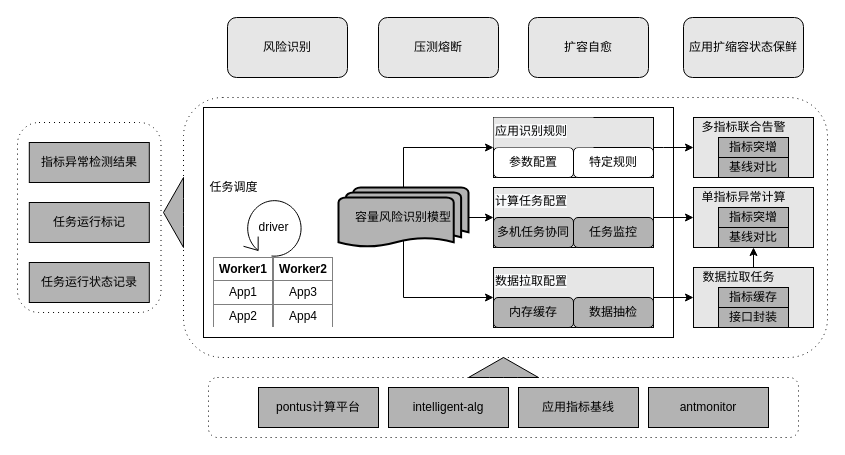
Above: 蚂蚁金服/容量/容量计算框架.drawio in frankneu/draw.io (draw.io), before the change. Source tidied: cells renumbered, new cells numbered last; positions are measured from the earlier drawing's top-left corner, leaving out a move shared by most shapes. Both pictures are drawn from the tidied source at 100%, with x=0, y=0 at pixel (17, 17).
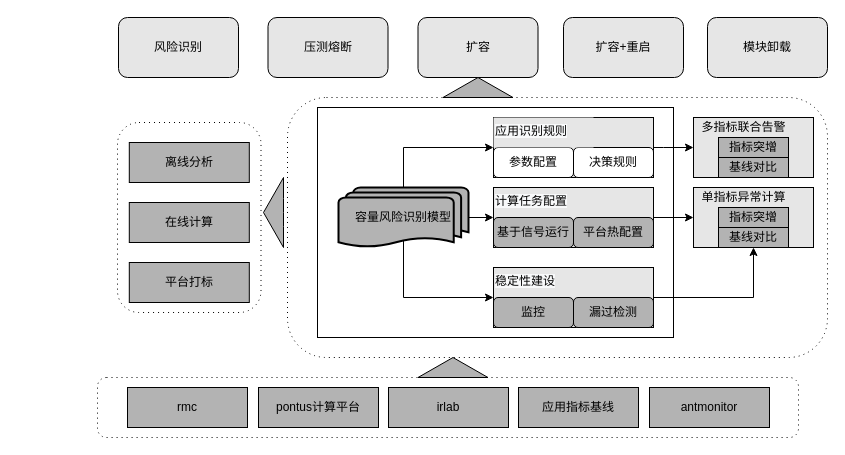
The same page after the edit.

Commit message:
Update 容量计算框架.drawio

Unchanged cells that the change refers to:
```xml
<mxCell id="10" style="rounded=0;whiteSpace=wrap;html=1;fillColor=#E6E6E6;" parent="1" vertex="1">
  <mxGeometry x="676" y="170" width="120" height="60" as="geometry" />
</mxCell>
<mxCell id="13" style="rounded=0;whiteSpace=wrap;html=1;fillColor=#E6E6E6;" parent="1" vertex="1">
  <mxGeometry x="476" y="250" width="160" height="60" as="geometry" />
</mxCell>
<mxCell id="30" value="基线对比" style="rounded=0;whiteSpace=wrap;html=1;fillColor=#B3B3B3;" parent="1" vertex="1">
  <mxGeometry x="701" y="210" width="70" height="20" as="geometry" />
</mxCell>
```

Change to the diagram source:
```diff
@@
     <mxCell id="2" style="shape=ext;rounded=1;html=1;whiteSpace=wrap;dashed=1;dashPattern=1 4;" parent="1" vertex="1">
-      <mxGeometry y="105" width="143.5" height="190" as="geometry" />
+      <mxGeometry x="100" y="105" width="143.5" height="190" as="geometry" />
     </mxCell>
     <mxCell id="3" style="shape=ext;rounded=1;html=1;whiteSpace=wrap;dashed=1;dashPattern=1 4;" parent="1" vertex="1">
-      <mxGeometry x="166" y="80" width="644" height="260" as="geometry" />
+      <mxGeometry x="270" y="80" width="540" height="260" as="geometry" />
     </mxCell>
     <mxCell id="4" style="shape=ext;rounded=1;html=1;whiteSpace=wrap;dashed=1;dashPattern=1 4;" parent="1" vertex="1">
-      <mxGeometry x="191" y="360" width="590" height="60" as="geometry" />
+      <mxGeometry x="80" y="360" width="701" height="60" as="geometry" />
     </mxCell>
     <mxCell id="5" style="rounded=0;whiteSpace=wrap;html=1;" parent="1" vertex="1">
-      <mxGeometry x="186" y="90" width="470" height="230" as="geometry" />
+      <mxGeometry x="300" y="90" width="356" height="230" as="geometry" />
     </mxCell>
@@
-    <mxCell id="7" style="edgeStyle=orthogonalEdgeStyle;rounded=0;jettySize=auto;html=1;exitX=1;exitY=0.5;exitDx=0;exitDy=0;fillColor=#E6E6E6;" parent="1" edge="1" source="13" target="9">
-      <mxGeometry relative="1" as="geometry" />
-    </mxCell>
-    <mxCell id="8" style="edgeStyle=orthogonalEdgeStyle;rounded=0;jettySize=auto;html=1;exitX=0.5;exitY=0;exitDx=0;exitDy=0;entryX=0.5;entryY=1;entryDx=0;entryDy=0;fillColor=#E6E6E6;" parent="1" edge="1" source="9" target="10">
-      <mxGeometry relative="1" as="geometry" />
-    </mxCell>
-    <mxCell id="9" style="rounded=0;whiteSpace=wrap;html=1;fillColor=#E6E6E6;" parent="1" vertex="1">
-      <mxGeometry x="676" y="250" width="120" height="60" as="geometry" />
-    </mxCell>
@@
-    <mxCell id="11" value="任务运行标记" style="rounded=0;whiteSpace=wrap;html=1;fillColor=#B3B3B3;" parent="1" vertex="1">
-      <mxGeometry x="11.8" y="185" width="120" height="40" as="geometry" />
+    <mxCell id="11" value="在线计算" style="rounded=0;whiteSpace=wrap;html=1;fillColor=#B3B3B3;" parent="1" vertex="1">
+      <mxGeometry x="111.8" y="185" width="120" height="40" as="geometry" />
     </mxCell>
@@
     <mxCell id="15" value="antmonitor" style="rounded=0;whiteSpace=wrap;html=1;fillColor=#B3B3B3;" parent="1" vertex="1">
-      <mxGeometry x="631" y="370" width="120" height="40" as="geometry" />
+      <mxGeometry x="632" y="370" width="120" height="40" as="geometry" />
     </mxCell>
-    <mxCell id="16" value="&lt;span&gt;任务调度&lt;/span&gt;" style="text;html=1;align=center;verticalAlign=middle;" parent="1" vertex="1">
-      <mxGeometry x="186" y="160" width="60" height="20" as="geometry" />
-    </mxCell>
-    <mxCell id="17" value="intelligent-alg" style="rounded=0;whiteSpace=wrap;html=1;fillColor=#B3B3B3;" parent="1" vertex="1">
+    <mxCell id="17" value="irlab" style="rounded=0;whiteSpace=wrap;html=1;fillColor=#B3B3B3;" parent="1" vertex="1">
       <mxGeometry x="371" y="370" width="120" height="40" as="geometry" />
     </mxCell>
-    <mxCell id="18" value="driver" style="shape=mxgraph.bpmn.loop;html=1;" parent="1" vertex="1">
-      <mxGeometry x="226" y="180" width="60" height="60" as="geometry" />
-    </mxCell>
     <mxCell id="19" style="html=1;shadow=0;dashed=0;align=center;verticalAlign=middle;shape=mxgraph.arrows2.arrow;dy=0.6;dx=40;direction=north;notch=0;fillColor=#B3B3B3;" parent="1" vertex="1">
-      <mxGeometry x="451" y="340" width="70" height="20" as="geometry" />
+      <mxGeometry x="400.5" y="340" width="70" height="20" as="geometry" />
     </mxCell>
     <mxCell id="20" style="html=1;shadow=0;dashed=0;align=center;verticalAlign=middle;shape=mxgraph.arrows2.arrow;dy=0.6;dx=40;direction=north;notch=0;fillColor=#B3B3B3;rotation=-90;" parent="1" vertex="1">
-      <mxGeometry x="121" y="185" width="70" height="20" as="geometry" />
+      <mxGeometry x="221" y="185" width="70" height="20" as="geometry" />
     </mxCell>
@@
-    <mxCell id="25" value="&lt;table border=&quot;1&quot; width=&quot;100%&quot; cellpadding=&quot;4&quot; style=&quot;width: 100% ; height: 100% ; border-collapse: collapse&quot;&gt;&lt;tbody&gt;&lt;tr&gt;&lt;th align=&quot;center&quot;&gt;Worker1&lt;/th&gt;&lt;/tr&gt;&lt;tr&gt;&lt;td align=&quot;center&quot;&gt;App1&lt;/td&gt;&lt;/tr&gt;&lt;tr&gt;&lt;td align=&quot;center&quot;&gt;&lt;span&gt;App2&lt;/span&gt;&lt;br&gt;&lt;/td&gt;&lt;/tr&gt;&lt;/tbody&gt;&lt;/table&gt;" style="text;html=1;strokeColor=none;fillColor=none;overflow=fill;" parent="1" vertex="1">
-      <mxGeometry x="196" y="240" width="60" height="70" as="geometry" />
-    </mxCell>
-    <mxCell id="26" value="&lt;table border=&quot;1&quot; width=&quot;100%&quot; cellpadding=&quot;4&quot; style=&quot;width: 100% ; height: 100% ; border-collapse: collapse&quot;&gt;&lt;tbody&gt;&lt;tr&gt;&lt;th align=&quot;center&quot;&gt;Worker2&lt;/th&gt;&lt;/tr&gt;&lt;tr&gt;&lt;td align=&quot;center&quot;&gt;App3&lt;/td&gt;&lt;/tr&gt;&lt;tr&gt;&lt;td align=&quot;center&quot;&gt;&lt;span&gt;App4&lt;/span&gt;&lt;br&gt;&lt;/td&gt;&lt;/tr&gt;&lt;/tbody&gt;&lt;/table&gt;" style="text;html=1;strokeColor=none;fillColor=none;overflow=fill;" parent="1" vertex="1">
-      <mxGeometry x="256" y="240" width="60" height="70" as="geometry" />
-    </mxCell>
@@
-    <mxCell id="28" value="&lt;span&gt;数据拉取任务&lt;/span&gt;" style="text;html=1;align=center;verticalAlign=middle;" parent="1" vertex="1">
-      <mxGeometry x="676" y="250" width="90" height="20" as="geometry" />
-    </mxCell>
@@
-    <mxCell id="31" value="指标缓存" style="rounded=0;whiteSpace=wrap;html=1;fillColor=#B3B3B3;" parent="1" vertex="1">
-      <mxGeometry x="701" y="270" width="70" height="20" as="geometry" />
-    </mxCell>
-    <mxCell id="32" value="接口封装" style="rounded=0;whiteSpace=wrap;html=1;fillColor=#B3B3B3;" parent="1" vertex="1">
-      <mxGeometry x="701" y="290" width="70" height="20" as="geometry" />
-    </mxCell>
-    <mxCell id="33" value="内存缓存" style="rounded=1;whiteSpace=wrap;html=1;fillColor=#B3B3B3;" parent="1" vertex="1">
+    <mxCell id="33" value="监控" style="rounded=1;whiteSpace=wrap;html=1;fillColor=#B3B3B3;" parent="1" vertex="1">
       <mxGeometry x="476" y="280" width="80" height="30" as="geometry" />
     </mxCell>
-    <mxCell id="34" value="多机任务协同" style="rounded=1;whiteSpace=wrap;html=1;fillColor=#B3B3B3;" parent="1" vertex="1">
+    <mxCell id="34" value="基于信号运行" style="rounded=1;whiteSpace=wrap;html=1;fillColor=#B3B3B3;" parent="1" vertex="1">
       <mxGeometry x="476" y="200" width="80" height="30" as="geometry" />
     </mxCell>
-    <mxCell id="35" value="任务监控" style="rounded=1;whiteSpace=wrap;html=1;fillColor=#B3B3B3;" parent="1" vertex="1">
+    <mxCell id="35" value="平台热配置" style="rounded=1;whiteSpace=wrap;html=1;fillColor=#B3B3B3;" parent="1" vertex="1">
       <mxGeometry x="556" y="200" width="80" height="30" as="geometry" />
     </mxCell>
+    <mxCell id="55" style="edgeStyle=orthogonalEdgeStyle;rounded=0;jettySize=auto;html=1;exitX=1;exitY=0;exitDx=0;exitDy=0;entryX=0.5;entryY=1;entryDx=0;entryDy=0;" parent="1" edge="1" source="36" target="30">
+      <mxGeometry relative="1" as="geometry">
+        <Array as="points">
+          <mxPoint x="736" y="280" />
+        </Array>
+      </mxGeometry>
+    </mxCell>
-    <mxCell id="36" value="数据抽检" style="rounded=1;whiteSpace=wrap;html=1;fillColor=#B3B3B3;" parent="1" vertex="1">
+    <mxCell id="36" value="漏过检测" style="rounded=1;whiteSpace=wrap;html=1;fillColor=#B3B3B3;" parent="1" vertex="1">
       <mxGeometry x="556" y="280" width="80" height="30" as="geometry" />
     </mxCell>
@@
-    <mxCell id="38" value="&lt;span style=&quot;color: rgb(0, 0, 0); font-family: helvetica; font-size: 12px; font-style: normal; font-weight: 400; letter-spacing: normal; text-align: center; text-indent: 0px; text-transform: none; word-spacing: 0px; background-color: rgb(248, 249, 250); display: inline; float: none;&quot;&gt;数据拉取配置&lt;/span&gt;" style="text;whiteSpace=wrap;html=1;" parent="1" vertex="1">
+    <mxCell id="38" value="&lt;span style=&quot;color: rgb(0 , 0 , 0) ; font-family: &amp;#34;helvetica&amp;#34; ; font-size: 12px ; font-style: normal ; font-weight: 400 ; letter-spacing: normal ; text-align: center ; text-indent: 0px ; text-transform: none ; word-spacing: 0px ; background-color: rgb(248 , 249 , 250) ; display: inline ; float: none&quot;&gt;稳定性建设&lt;/span&gt;" style="text;whiteSpace=wrap;html=1;" parent="1" vertex="1">
       <mxGeometry x="476" y="250" width="100" height="30" as="geometry" />
     </mxCell>
-    <mxCell id="39" value="任务运行状态记录" style="rounded=0;whiteSpace=wrap;html=1;fillColor=#B3B3B3;" parent="1" vertex="1">
-      <mxGeometry x="11.8" y="245" width="120" height="40" as="geometry" />
+    <mxCell id="39" value="平台打标" style="rounded=0;whiteSpace=wrap;html=1;fillColor=#B3B3B3;" parent="1" vertex="1">
+      <mxGeometry x="111.8" y="245" width="120" height="40" as="geometry" />
     </mxCell>
-    <mxCell id="40" value="指标异常检测结果" style="rounded=0;whiteSpace=wrap;html=1;fillColor=#B3B3B3;" parent="1" vertex="1">
-      <mxGeometry x="11.8" y="125" width="120" height="40" as="geometry" />
+    <mxCell id="40" value="离线分析" style="rounded=0;whiteSpace=wrap;html=1;fillColor=#B3B3B3;" parent="1" vertex="1">
+      <mxGeometry x="111.8" y="125" width="120" height="40" as="geometry" />
     </mxCell>
@@
     <mxCell id="42" value="&lt;span&gt;风险识别&lt;/span&gt;" style="rounded=1;whiteSpace=wrap;html=1;fillColor=#E6E6E6;" parent="1" vertex="1">
-      <mxGeometry x="210" width="120" height="60" as="geometry" />
+      <mxGeometry x="101" width="120" height="60" as="geometry" />
     </mxCell>
     <mxCell id="43" value="压测熔断" style="rounded=1;whiteSpace=wrap;html=1;fillColor=#E6E6E6;" parent="1" vertex="1">
-      <mxGeometry x="361" width="120" height="60" as="geometry" />
+      <mxGeometry x="250.5" width="120" height="60" as="geometry" />
     </mxCell>
-    <mxCell id="44" value="扩容自愈" style="rounded=1;whiteSpace=wrap;html=1;fillColor=#E6E6E6;" parent="1" vertex="1">
-      <mxGeometry x="511" width="120" height="60" as="geometry" />
+    <mxCell id="44" value="扩容" style="rounded=1;whiteSpace=wrap;html=1;fillColor=#E6E6E6;" parent="1" vertex="1">
+      <mxGeometry x="400.5" width="120" height="60" as="geometry" />
     </mxCell>
-    <mxCell id="45" value="应用扩缩容状态保鲜" style="rounded=1;whiteSpace=wrap;html=1;fillColor=#E6E6E6;" parent="1" vertex="1">
-      <mxGeometry x="666" width="120" height="60" as="geometry" />
-    </mxCell>
@@
-    <mxCell id="49" value="特定规则" style="rounded=1;whiteSpace=wrap;html=1;fillColor=#FFFFFF;" parent="1" vertex="1">
+    <mxCell id="49" value="决策规则" style="rounded=1;whiteSpace=wrap;html=1;fillColor=#FFFFFF;" parent="1" vertex="1">
       <mxGeometry x="556" y="130" width="80" height="30" as="geometry" />
     </mxCell>
@@
+    <mxCell id="56" value="rmc" style="rounded=0;whiteSpace=wrap;html=1;fillColor=#B3B3B3;" parent="1" vertex="1">
+      <mxGeometry x="110" y="370" width="120" height="40" as="geometry" />
+    </mxCell>
+    <mxCell id="57" style="html=1;shadow=0;dashed=0;align=center;verticalAlign=middle;shape=mxgraph.arrows2.arrow;dy=0.6;dx=40;direction=north;notch=0;fillColor=#B3B3B3;" parent="1" vertex="1">
+      <mxGeometry x="425.5" y="60" width="70" height="20" as="geometry" />
+    </mxCell>
+    <mxCell id="58" value="扩容+重启" style="rounded=1;whiteSpace=wrap;html=1;fillColor=#E6E6E6;" parent="1" vertex="1">
+      <mxGeometry x="546" width="120" height="60" as="geometry" />
+    </mxCell>
+    <mxCell id="59" value="模块卸载" style="rounded=1;whiteSpace=wrap;html=1;fillColor=#E6E6E6;" parent="1" vertex="1">
+      <mxGeometry x="690" width="120" height="60" as="geometry" />
+    </mxCell>
```
